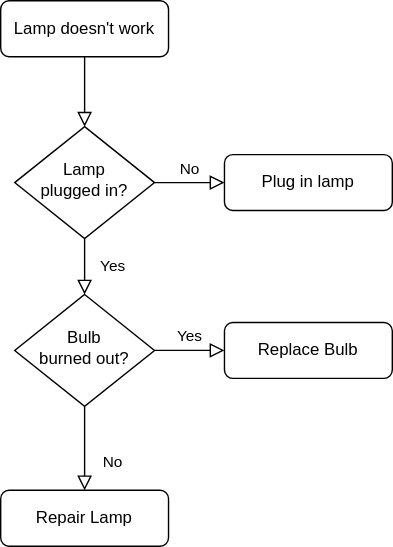
This is Bigrnac/Bigrnac.svg from wonjinYi/wonjinLab, a draw.io export, as it was before one commit. Source tidied: cells renumbered, new cells last; positions are measured from the earlier drawing's top-left corner, leaving out a move shared by most shapes.
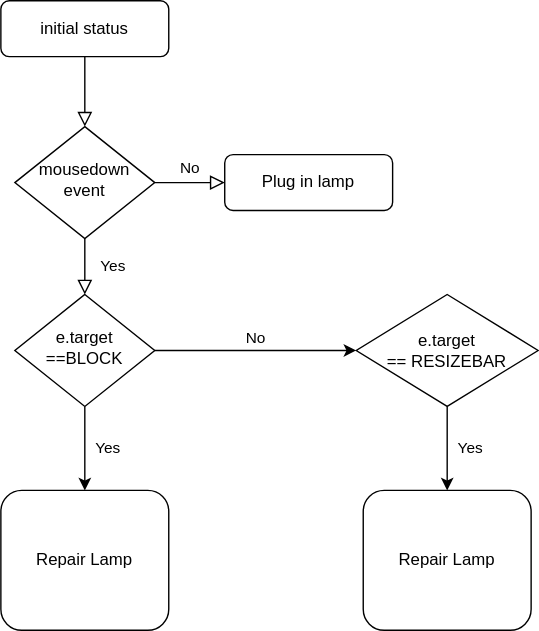
Later version of the same file.

Diff of the diagram source:
```diff
@@ -5,7 +5,7 @@
     <mxCell id="2" style="rounded=0;html=1;jettySize=auto;fontSize=11;endArrow=block;endFill=0;endSize=8;strokeWidth=1;shadow=0;labelBackgroundColor=none;edgeStyle=orthogonalEdgeStyle;" parent="1" edge="1" source="3" target="6">
       <mxGeometry relative="1" as="geometry" />
     </mxCell>
-    <mxCell id="3" value="Lamp doesn't work" style="rounded=1;whiteSpace=wrap;html=1;fontSize=12;glass=0;strokeWidth=1;shadow=0;" parent="1" vertex="1">
+    <mxCell id="3" value="initial status" style="rounded=1;whiteSpace=wrap;html=1;fontSize=12;glass=0;strokeWidth=1;shadow=0;" parent="1" vertex="1">
       <mxGeometry width="120" height="40" as="geometry" />
     </mxCell>
     <mxCell id="4" value="Yes" style="rounded=0;html=1;jettySize=auto;fontSize=11;endArrow=block;endFill=0;endSize=8;strokeWidth=1;shadow=0;labelBackgroundColor=none;edgeStyle=orthogonalEdgeStyle;" parent="1" edge="1" source="6" target="10">
@@ -14,26 +14,34 @@
     <mxCell id="5" value="No" style="edgeStyle=orthogonalEdgeStyle;rounded=0;html=1;jettySize=auto;fontSize=11;endArrow=block;endFill=0;endSize=8;strokeWidth=1;shadow=0;labelBackgroundColor=none;" parent="1" edge="1" source="6" target="7">
       <mxGeometry y="10" relative="1" as="geometry" />
     </mxCell>
-    <mxCell id="6" value="Lamp&lt;br&gt;plugged in?" style="rhombus;whiteSpace=wrap;html=1;shadow=0;fontFamily=Helvetica;fontSize=12;align=center;strokeWidth=1;spacing=6;spacingTop=-4;" parent="1" vertex="1">
+    <mxCell id="6" value="mousedown&lt;br&gt;event" style="rhombus;whiteSpace=wrap;html=1;shadow=0;fontFamily=Helvetica;fontSize=12;align=center;strokeWidth=1;spacing=6;spacingTop=-4;" parent="1" vertex="1">
       <mxGeometry x="10" y="90" width="100" height="80" as="geometry" />
     </mxCell>
     <mxCell id="7" value="Plug in lamp" style="rounded=1;whiteSpace=wrap;html=1;fontSize=12;glass=0;strokeWidth=1;shadow=0;" parent="1" vertex="1">
       <mxGeometry x="160" y="110" width="120" height="40" as="geometry" />
     </mxCell>
-    <mxCell id="8" value="No" style="rounded=0;html=1;jettySize=auto;fontSize=11;endArrow=block;endFill=0;endSize=8;strokeWidth=1;shadow=0;labelBackgroundColor=none;edgeStyle=orthogonalEdgeStyle;" parent="1" edge="1" source="10" target="11">
-      <mxGeometry x="0.33" y="20" relative="1" as="geometry" />
+    <mxCell id="8" value="No" style="edgeStyle=orthogonalEdgeStyle;rounded=0;jettySize=auto;html=1;exitX=1;exitY=0.5;exitDx=0;exitDy=0;entryX=0;entryY=0.5;entryDx=0;entryDy=0;shadow=0;labelPosition=center;verticalLabelPosition=top;align=center;verticalAlign=bottom;" parent="1" edge="1" source="10" target="14">
+      <mxGeometry relative="1" as="geometry" />
     </mxCell>
-    <mxCell id="9" value="Yes" style="edgeStyle=orthogonalEdgeStyle;rounded=0;html=1;jettySize=auto;fontSize=11;endArrow=block;endFill=0;endSize=8;strokeWidth=1;shadow=0;labelBackgroundColor=none;" parent="1" edge="1" source="10" target="12">
-      <mxGeometry y="10" relative="1" as="geometry" />
-    </mxCell>
+    <mxCell id="13" value="&amp;nbsp; Yes" style="edgeStyle=orthogonalEdgeStyle;rounded=0;jettySize=auto;html=1;exitX=0.5;exitY=1;exitDx=0;exitDy=0;entryX=0.5;entryY=0;entryDx=0;entryDy=0;shadow=0;labelPosition=right;verticalLabelPosition=middle;align=left;verticalAlign=middle;" parent="1" edge="1" source="10" target="11">
+      <mxGeometry relative="1" as="geometry" />
+    </mxCell>
-    <mxCell id="10" value="Bulb&lt;br&gt;burned out?" style="rhombus;whiteSpace=wrap;html=1;shadow=0;fontFamily=Helvetica;fontSize=12;align=center;strokeWidth=1;spacing=6;spacingTop=-4;" parent="1" vertex="1">
+    <mxCell id="10" value="e.target&lt;br&gt;==BLOCK" style="rhombus;whiteSpace=wrap;html=1;shadow=0;fontFamily=Helvetica;fontSize=12;align=center;strokeWidth=1;spacing=6;spacingTop=-4;" parent="1" vertex="1">
       <mxGeometry x="10" y="210" width="100" height="80" as="geometry" />
     </mxCell>
     <mxCell id="11" value="Repair Lamp" style="rounded=1;whiteSpace=wrap;html=1;fontSize=12;glass=0;strokeWidth=1;shadow=0;" parent="1" vertex="1">
-      <mxGeometry y="350" width="120" height="40" as="geometry" />
+      <mxGeometry y="350" width="120" height="100" as="geometry" />
     </mxCell>
-    <mxCell id="12" value="Replace Bulb" style="rounded=1;whiteSpace=wrap;html=1;fontSize=12;glass=0;strokeWidth=1;shadow=0;" parent="1" vertex="1">
-      <mxGeometry x="160" y="230" width="120" height="40" as="geometry" />
-    </mxCell>
+    <mxCell id="14" value="e.target&lt;br&gt;== RESIZEBAR" style="rhombus;whiteSpace=wrap;html=1;" parent="1" vertex="1">
+      <mxGeometry x="254" y="210" width="130" height="80" as="geometry" />
+    </mxCell>
+    <mxCell id="15" value="&amp;nbsp; Yes" style="edgeStyle=orthogonalEdgeStyle;rounded=0;jettySize=auto;html=1;exitX=0.5;exitY=1;exitDx=0;exitDy=0;entryX=0.5;entryY=0;entryDx=0;entryDy=0;shadow=0;labelPosition=right;verticalLabelPosition=middle;align=left;verticalAlign=middle;" parent="1" edge="1" target="16">
+      <mxGeometry relative="1" as="geometry">
+        <mxPoint x="319" y="290" as="sourcePoint" />
+      </mxGeometry>
+    </mxCell>
+    <mxCell id="16" value="Repair Lamp" style="rounded=1;whiteSpace=wrap;html=1;fontSize=12;glass=0;strokeWidth=1;shadow=0;" parent="1" vertex="1">
+      <mxGeometry x="259" y="350" width="120" height="100" as="geometry" />
+    </mxCell>
   </root>
 </mxGraphModel>
```
